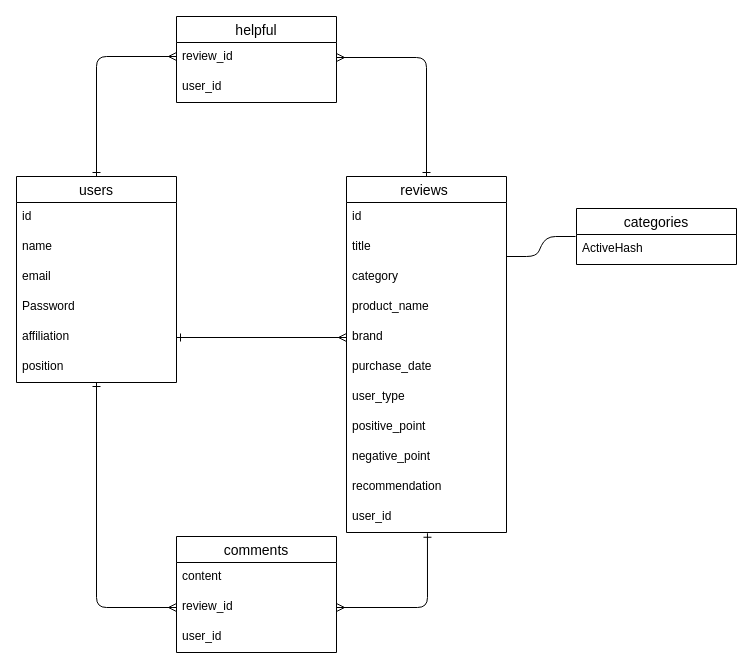
mota4624/staviews keeps this draw.io diagram as ER図.dio. Above is the earlier version. Source tidied: cells renumbered, new cells numbered last; positions are measured from the earlier drawing's top-left corner, leaving out a move shared by most shapes. Both pictures are drawn from the tidied source at 100%, with x=0, y=0 at pixel (16, 16).
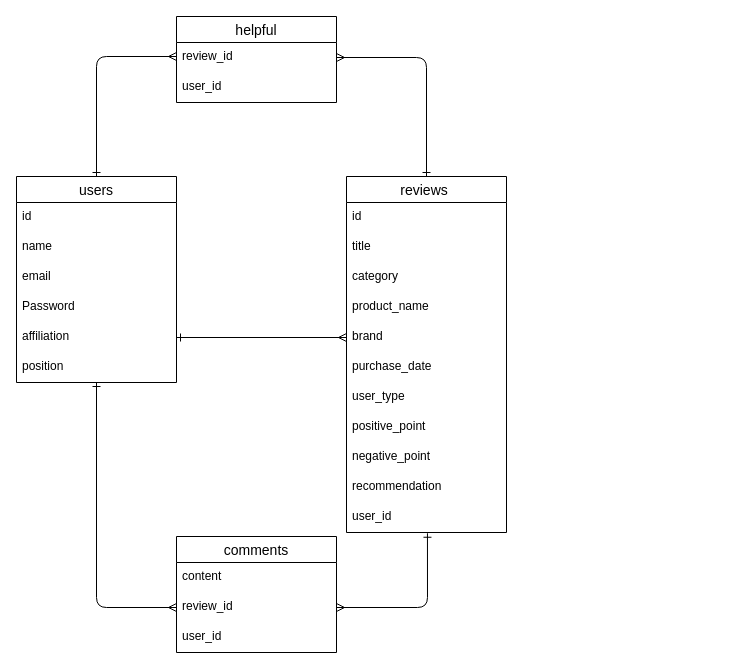
The same page after the edit.

The change refers to these unchanged cells:
```xml
<mxCell id="30" style="line;strokeWidth=1;dashed=0;labelPosition=right;align=left;verticalAlign=middle;spacingTop=0;spacingLeft=6;points=[];portConstraint=eastwest;strokeColor=none;" parent="1" vertex="1">
  <mxGeometry x="490" y="230" width="70" height="10" as="geometry" />
</mxCell>
```

What changed in the source:
```diff
@@
-    <mxCell id="28" value="categories" style="swimlane;fontStyle=0;horizontal=1;startSize=26;align=center;fontSize=14;" parent="1" vertex="1">
-      <mxGeometry x="560" y="192" width="160" height="56" as="geometry" />
-    </mxCell>
-    <mxCell id="29" value="ActiveHash" style="text;strokeColor=none;fillColor=none;spacingLeft=4;spacingRight=4;overflow=hidden;points=[[0,0.5],[1,0.5]];portConstraint=eastwest;fontSize=12;" parent="28" vertex="1">
-      <mxGeometry y="26" width="160" height="30" as="geometry" />
-    </mxCell>
@@
-    <mxCell id="31" style="edgeStyle=entityRelationEdgeStyle;fontSize=12;html=1;endArrow=none;entryX=0;entryY=1;entryDx=0;entryDy=0;exitX=-0.006;exitY=0.067;exitDx=0;exitDy=0;exitPerimeter=0;entryPerimeter=0;endFill=0;" parent="1" edge="1" source="29" target="30">
-      <mxGeometry relative="1" as="geometry" />
-    </mxCell>
```
